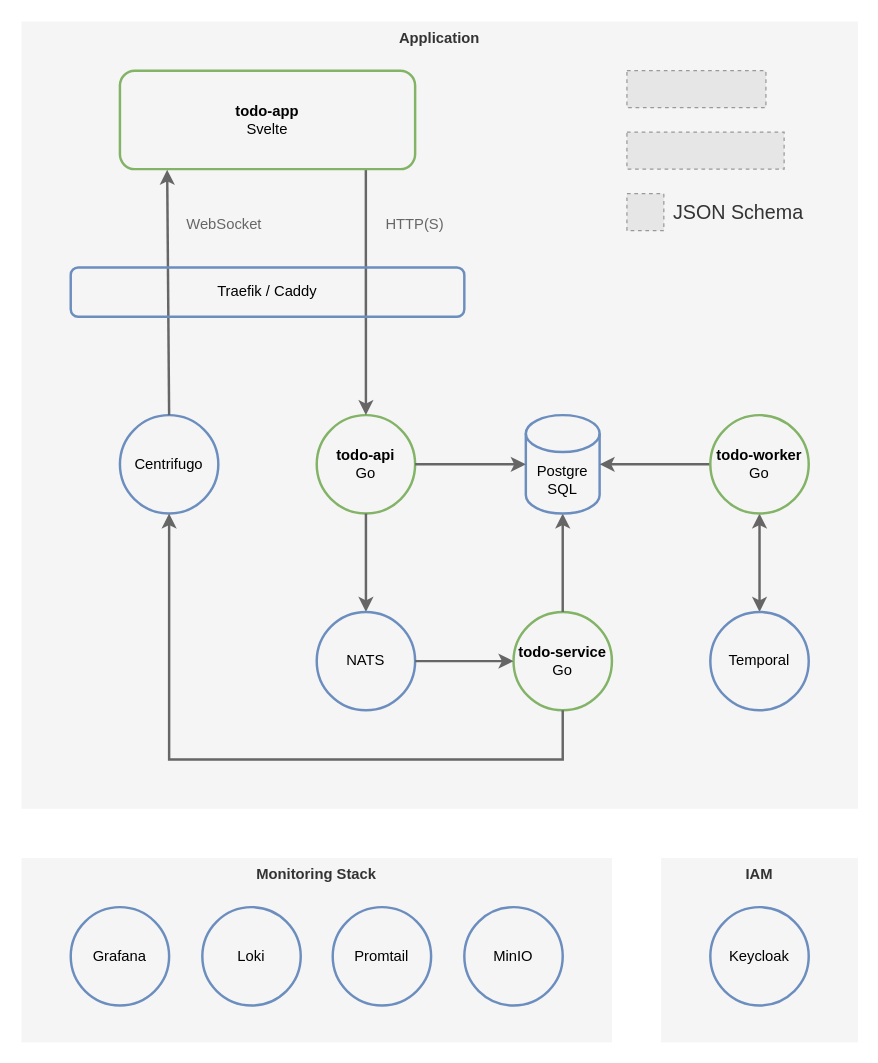
heikkilamarko/todo-app keeps this draw.io diagram as doc/architecture.drawio. Above is the earlier version. Source tidied: cells renumbered, new cells numbered last; positions are measured from the earlier drawing's top-left corner, leaving out a move shared by most shapes. Both pictures are drawn from the tidied source at 123%, with x=0, y=0 at pixel (21, 21). Pictures stored in the file or linked from it are replaced by grey dashed boxes.
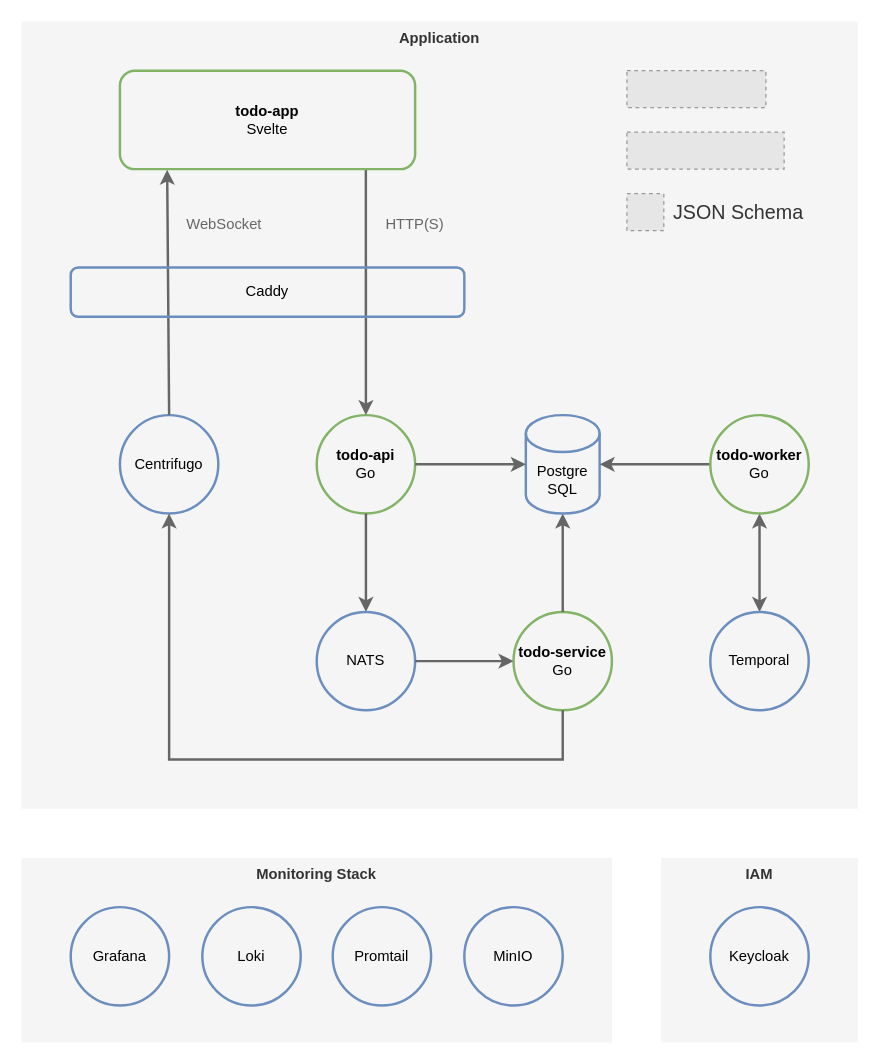
After the change.

Diff of the diagram source:
```diff
@@
-    <mxCell id="17" value="Traefik / Caddy" style="rounded=1;whiteSpace=wrap;html=1;sketch=0;fontFamily=Helvetica;fillColor=none;strokeColor=#6c8ebf;labelBackgroundColor=none;align=center;strokeWidth=2;fontSize=12;" parent="1" vertex="1">
+    <mxCell id="17" value="Caddy" style="rounded=1;whiteSpace=wrap;html=1;sketch=0;fontFamily=Helvetica;fillColor=none;strokeColor=#6c8ebf;labelBackgroundColor=none;align=center;strokeWidth=2;fontSize=12;" parent="1" vertex="1">
       <mxGeometry x="40" y="200" width="320" height="40" as="geometry" />
     </mxCell>
```
